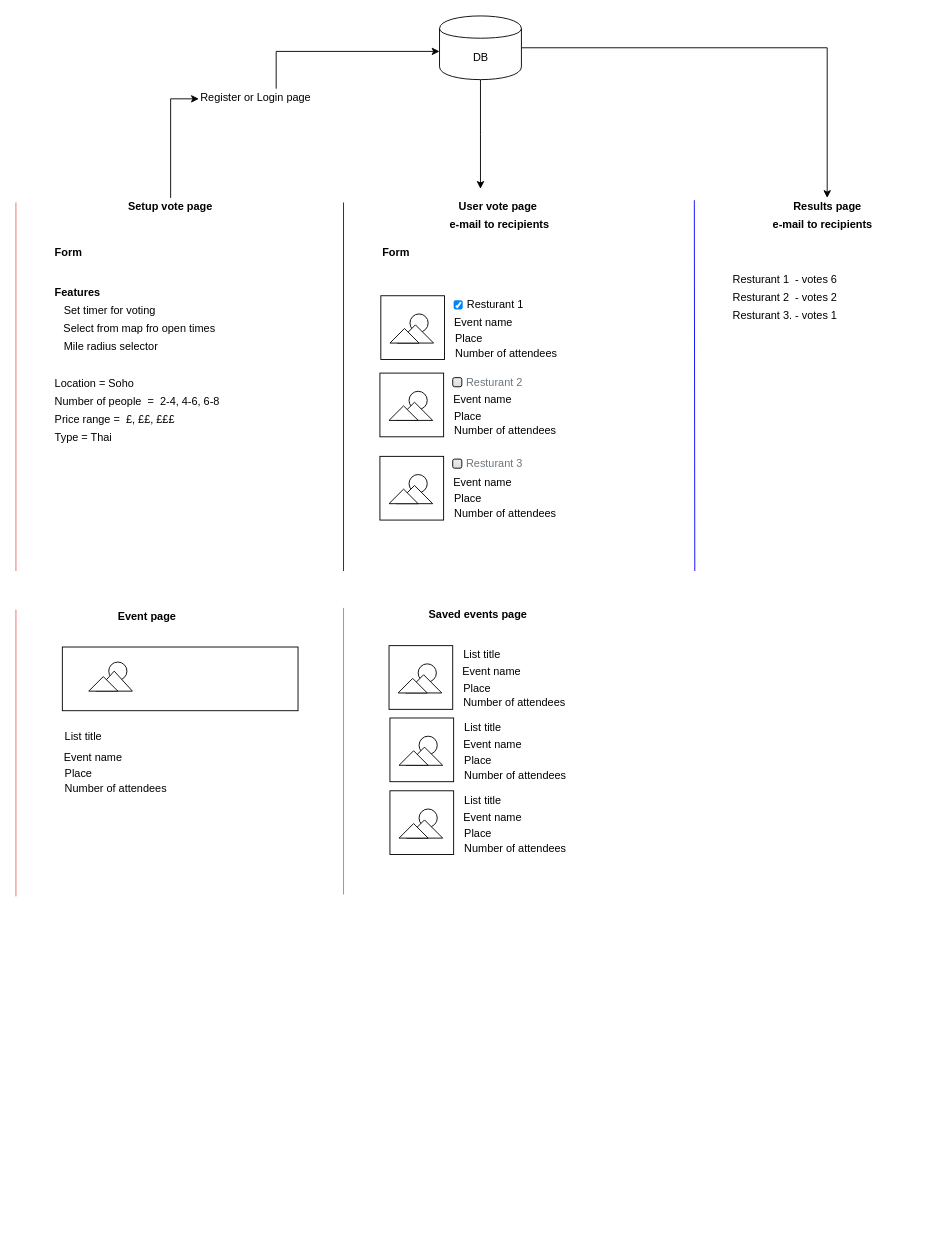
Before: lunchSystem.drawio in ameenaziz/lunch, a draw.io diagram. Source tidied: cells renumbered, new cells numbered last; positions are measured from the earlier drawing's top-left corner, leaving out a move shared by most shapes. Both pictures are drawn from the tidied source at 91%, with x=0, y=0 at pixel (15, 15).
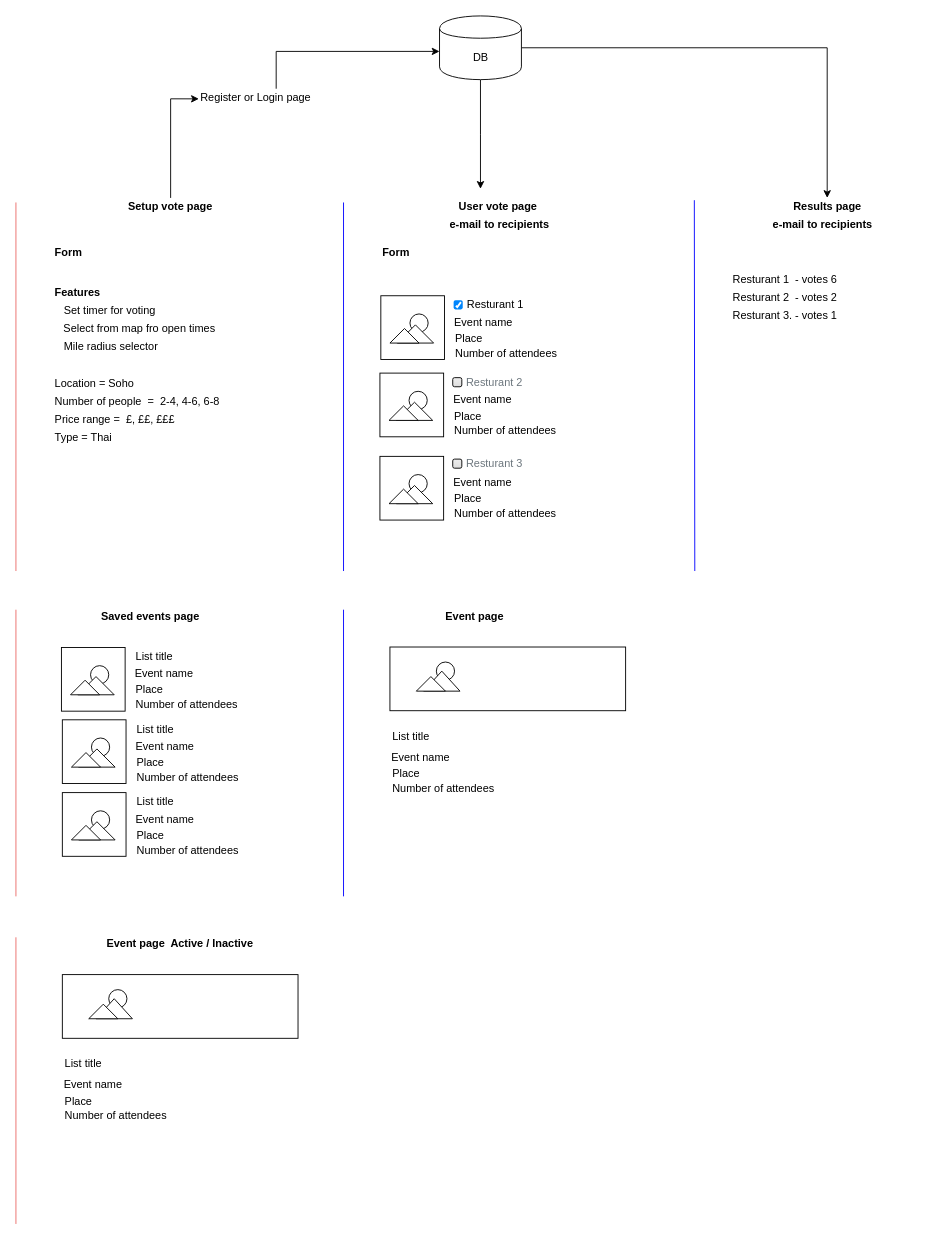
After the change.

Change to the diagram source:
```diff
@@
     <mxCell id="15" style="group;" parent="1" vertex="1">
-      <mxGeometry x="411" y="751.5" width="48" height="70" as="geometry" />
+      <mxGeometry x="51" y="753.5" width="48" height="70" as="geometry" />
     </mxCell>
@@
     <mxCell id="17" style="group;" parent="1" vertex="1">
-      <mxGeometry x="411" y="771.5" width="250" height="73" as="geometry" />
+      <mxGeometry x="51" y="773.5" width="250" height="73" as="geometry" />
     </mxCell>
@@
     <mxCell id="32" style="group;" parent="1" vertex="1">
-      <mxGeometry x="411" y="851.5" width="250" height="73" as="geometry" />
+      <mxGeometry x="51" y="853.5" width="250" height="73" as="geometry" />
     </mxCell>
@@
     <mxCell id="47" style="endArrow=none;html=1;strokeColor=#EA6B66;" parent="1" edge="1">
       <mxGeometry relative="1" as="geometry">
-        <mxPoint x="360" y="965.5" as="sourcePoint" />
-        <mxPoint x="360" y="650.5" as="targetPoint" />
+        <mxPoint y="967.5" as="sourcePoint" />
+        <mxPoint y="652.5" as="targetPoint" />
       </mxGeometry>
     </mxCell>
     <mxCell id="48" value="Saved events page" style="text;html=1;strokeColor=none;fillColor=none;align=center;verticalAlign=middle;whiteSpace=wrap;rounded=0;fontStyle=1;" parent="1" vertex="1">
-      <mxGeometry x="451" y="648" width="113.5" height="20" as="geometry" />
+      <mxGeometry x="91" y="650" width="113.5" height="20" as="geometry" />
     </mxCell>
@@
     <mxCell id="50" style="whiteSpace=wrap;html=1;fontStyle=0;" parent="1" vertex="1">
-      <mxGeometry x="51" y="693.5" width="259" height="70" as="geometry" />
+      <mxGeometry x="51" y="1053.5" width="259" height="70" as="geometry" />
     </mxCell>
     <mxCell id="51" style="group;" parent="1" vertex="1">
-      <mxGeometry x="51" y="753.5" width="48" height="70" as="geometry" />
+      <mxGeometry x="51" y="1113.5" width="48" height="70" as="geometry" />
     </mxCell>
@@
     <mxCell id="53" style="endArrow=none;html=1;strokeColor=#EA6B66;" parent="1" edge="1">
       <mxGeometry relative="1" as="geometry">
-        <mxPoint y="967.5" as="sourcePoint" />
-        <mxPoint y="652.5" as="targetPoint" />
+        <mxPoint y="1327.5" as="sourcePoint" />
+        <mxPoint y="1012.5" as="targetPoint" />
       </mxGeometry>
     </mxCell>
-    <mxCell id="54" value="Event page&amp;nbsp;" style="text;html=1;strokeColor=none;fillColor=none;align=center;verticalAlign=middle;whiteSpace=wrap;rounded=0;fontStyle=1;" parent="1" vertex="1">
-      <mxGeometry x="91" y="650" width="110" height="20" as="geometry" />
+    <mxCell id="54" value="Event page&amp;nbsp; Active / Inactive" style="text;html=1;strokeColor=none;fillColor=none;align=center;verticalAlign=middle;whiteSpace=wrap;rounded=0;fontStyle=1;" parent="1" vertex="1">
+      <mxGeometry x="91" y="1010" width="179" height="20" as="geometry" />
     </mxCell>
     <mxCell id="55" value="List title&amp;nbsp;" style="text;html=1;strokeColor=none;fillColor=none;align=left;verticalAlign=middle;whiteSpace=wrap;rounded=0;" parent="1" vertex="1">
-      <mxGeometry x="52" y="781.5" width="170" height="20" as="geometry" />
+      <mxGeometry x="52" y="1141.5" width="170" height="20" as="geometry" />
     </mxCell>
     <mxCell id="56" value="Event name" style="text;html=1;strokeColor=none;fillColor=none;align=left;verticalAlign=middle;whiteSpace=wrap;rounded=0;" parent="1" vertex="1">
-      <mxGeometry x="51" y="804.5" width="170" height="20" as="geometry" />
+      <mxGeometry x="51" y="1164.5" width="170" height="20" as="geometry" />
     </mxCell>
     <mxCell id="57" value="Place" style="text;html=1;strokeColor=none;fillColor=none;align=left;verticalAlign=middle;whiteSpace=wrap;rounded=0;" parent="1" vertex="1">
-      <mxGeometry x="52" y="822.5" width="170" height="20" as="geometry" />
+      <mxGeometry x="52" y="1182.5" width="170" height="20" as="geometry" />
     </mxCell>
     <mxCell id="58" value="Number of attendees&amp;nbsp;" style="text;html=1;strokeColor=none;fillColor=none;align=left;verticalAlign=middle;whiteSpace=wrap;rounded=0;" parent="1" vertex="1">
-      <mxGeometry x="52" y="838.5" width="170" height="20" as="geometry" />
+      <mxGeometry x="52" y="1198.5" width="170" height="20" as="geometry" />
     </mxCell>
     <mxCell id="59" style="group;" parent="1" vertex="1">
-      <mxGeometry x="51" y="693.5" width="70" height="70" as="geometry" />
+      <mxGeometry x="51" y="1053.5" width="70" height="70" as="geometry" />
     </mxCell>
@@
     <mxCell id="97" style="group;" parent="1" vertex="1">
-      <mxGeometry x="410" y="692" width="250" height="73" as="geometry" />
+      <mxGeometry x="50" y="694" width="250" height="73" as="geometry" />
     </mxCell>
@@
+    <mxCell id="145" style="whiteSpace=wrap;html=1;fontStyle=0;" parent="1" vertex="1">
+      <mxGeometry x="411" y="693.5" width="259" height="70" as="geometry" />
+    </mxCell>
+    <mxCell id="146" style="group;" parent="1" vertex="1">
+      <mxGeometry x="411" y="753.5" width="48" height="70" as="geometry" />
+    </mxCell>
+    <mxCell id="147" style="group;" parent="146" vertex="1">
+      <mxGeometry x="-10" y="-40" width="58" height="110" as="geometry" />
+    </mxCell>
+    <mxCell id="148" style="endArrow=none;html=1;strokeColor=#0000FF;" parent="1" edge="1">
+      <mxGeometry relative="1" as="geometry">
+        <mxPoint x="360" y="967.5" as="sourcePoint" />
+        <mxPoint x="360" y="652.5" as="targetPoint" />
+      </mxGeometry>
+    </mxCell>
+    <mxCell id="149" value="Event page&amp;nbsp;" style="text;html=1;strokeColor=none;fillColor=none;align=center;verticalAlign=middle;whiteSpace=wrap;rounded=0;fontStyle=1;" parent="1" vertex="1">
+      <mxGeometry x="451" y="650" width="110" height="20" as="geometry" />
+    </mxCell>
+    <mxCell id="150" value="List title&amp;nbsp;" style="text;html=1;strokeColor=none;fillColor=none;align=left;verticalAlign=middle;whiteSpace=wrap;rounded=0;" parent="1" vertex="1">
+      <mxGeometry x="412" y="781.5" width="170" height="20" as="geometry" />
+    </mxCell>
+    <mxCell id="151" value="Event name" style="text;html=1;strokeColor=none;fillColor=none;align=left;verticalAlign=middle;whiteSpace=wrap;rounded=0;" parent="1" vertex="1">
+      <mxGeometry x="411" y="804.5" width="170" height="20" as="geometry" />
+    </mxCell>
+    <mxCell id="152" value="Place" style="text;html=1;strokeColor=none;fillColor=none;align=left;verticalAlign=middle;whiteSpace=wrap;rounded=0;" parent="1" vertex="1">
+      <mxGeometry x="412" y="822.5" width="170" height="20" as="geometry" />
+    </mxCell>
+    <mxCell id="153" value="Number of attendees&amp;nbsp;" style="text;html=1;strokeColor=none;fillColor=none;align=left;verticalAlign=middle;whiteSpace=wrap;rounded=0;" parent="1" vertex="1">
+      <mxGeometry x="412" y="838.5" width="170" height="20" as="geometry" />
+    </mxCell>
+    <mxCell id="154" style="group;" parent="1" vertex="1">
+      <mxGeometry x="411" y="693.5" width="70" height="70" as="geometry" />
+    </mxCell>
+    <mxCell id="155" style="group;" parent="154" vertex="1">
+      <mxGeometry x="29" y="16.5" width="48" height="41" as="geometry" />
+    </mxCell>
+    <mxCell id="156" style="group;" parent="155" vertex="1">
+      <mxGeometry x="22" width="20" height="20" as="geometry" />
+    </mxCell>
+    <mxCell id="157" style="ellipse;whiteSpace=wrap;html=1;" parent="156" vertex="1">
+      <mxGeometry width="20" height="20" as="geometry" />
+    </mxCell>
+    <mxCell id="158" style="group;" parent="155" vertex="1">
+      <mxGeometry y="12" width="48" height="29" as="geometry" />
+    </mxCell>
+    <mxCell id="159" style="group;" parent="158" vertex="1">
+      <mxGeometry width="48" height="29" as="geometry" />
+    </mxCell>
+    <mxCell id="160" style="group;" parent="159" vertex="1">
+      <mxGeometry width="48" height="29" as="geometry" />
+    </mxCell>
+    <mxCell id="161" style="triangle;whiteSpace=wrap;html=1;rotation=-90;" parent="160" vertex="1">
+      <mxGeometry x="17" y="-11" width="22" height="40" as="geometry" />
+    </mxCell>
+    <mxCell id="162" style="triangle;whiteSpace=wrap;html=1;rotation=-90;" parent="160" vertex="1">
+      <mxGeometry x="8" y="-4" width="16" height="32" as="geometry" />
+    </mxCell>
```
